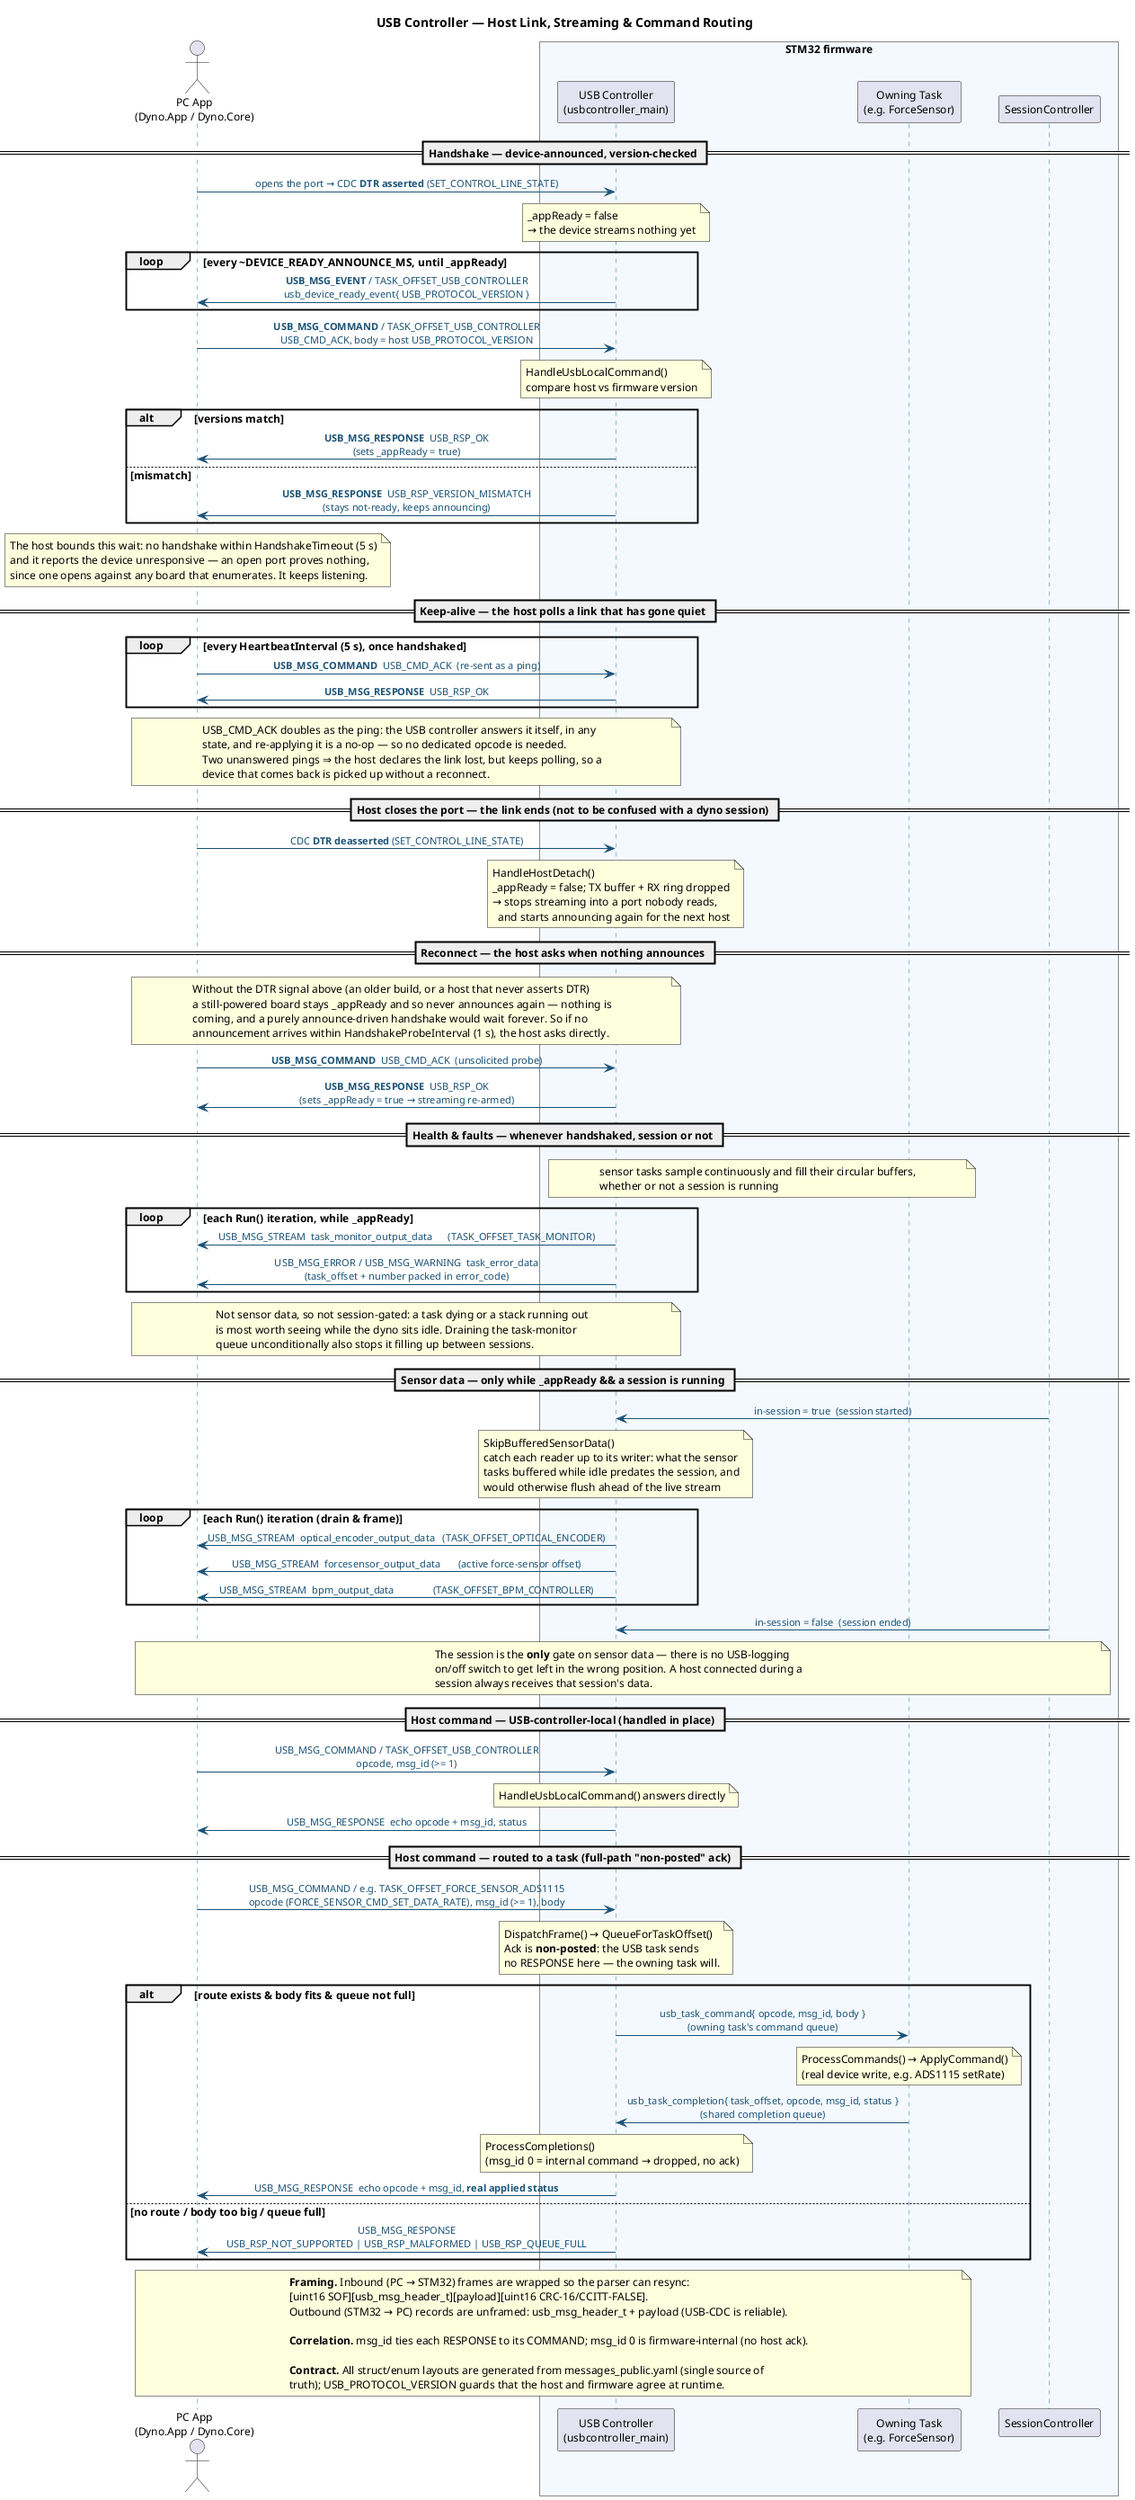
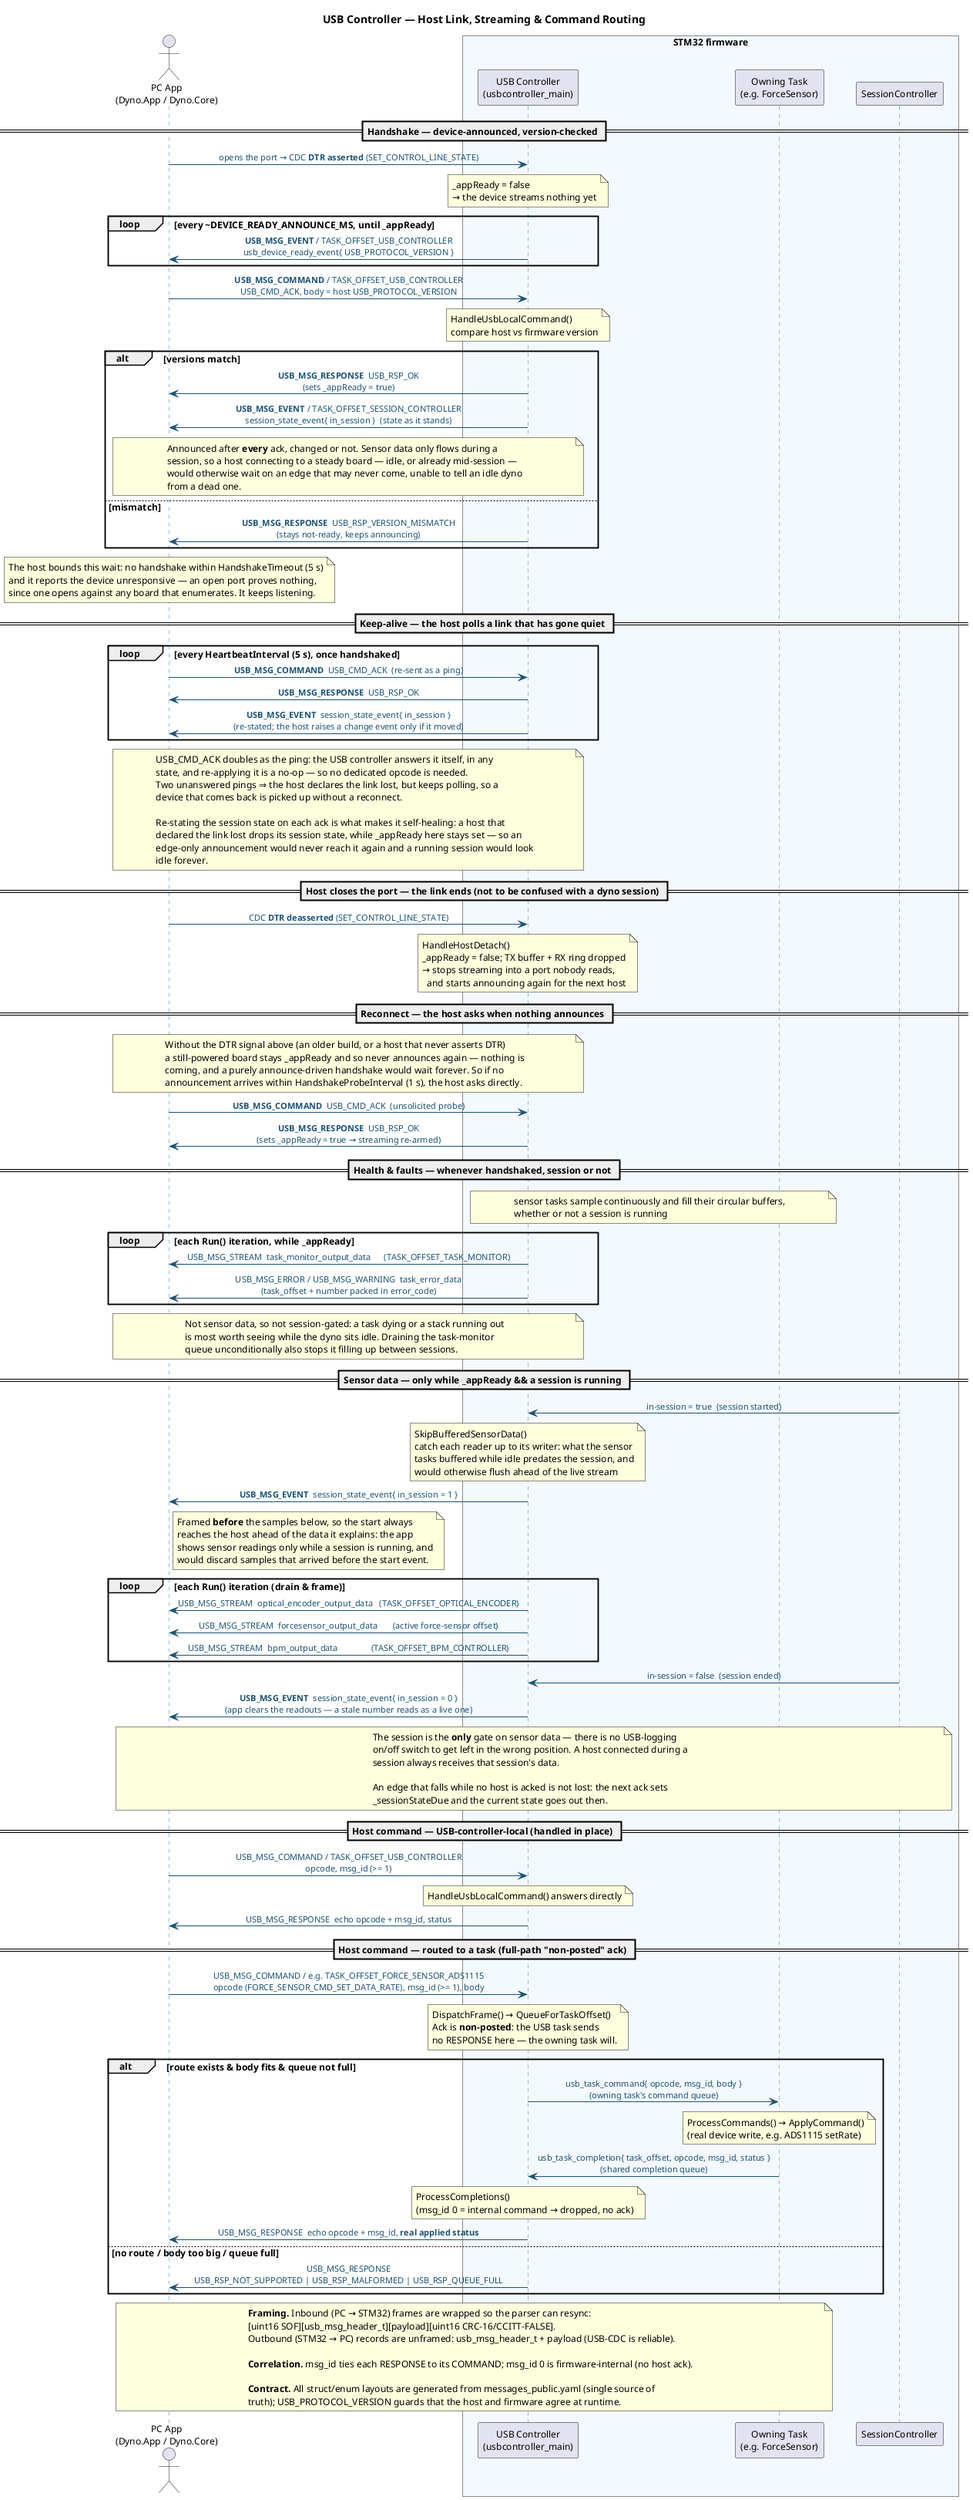
@startuml USB Message Flow

title USB Controller — Host Link, Streaming & Command Routing

skinparam defaultFontSize 12
skinparam shadowing false
skinparam sequenceMessageAlign center
skinparam ParticipantPadding 16
skinparam BoxPadding 12
skinparam sequence {
    LifeLineBorderColor #2C7BB6
    ArrowColor #1A5276
    ArrowFontColor #1A5276
    ArrowFontSize 11
}

actor "PC App\n(Dyno.App / Dyno.Core)" as App
box "STM32 firmware" #F4F9FF
participant "USB Controller\n(usbcontroller_main)" as USB
participant "Owning Task\n(e.g. ForceSensor)" as Task
participant "SessionController" as Session
end box

== Handshake — device-announced, version-checked ==

App -> USB : opens the port → CDC **DTR asserted** (SET_CONTROL_LINE_STATE)
note over USB
  _appReady = false
  → the device streams nothing yet
end note

loop every ~DEVICE_READY_ANNOUNCE_MS, until _appReady
    USB -> App : **USB_MSG_EVENT** / TASK_OFFSET_USB_CONTROLLER\nusb_device_ready_event{ USB_PROTOCOL_VERSION }
end

App -> USB : **USB_MSG_COMMAND** / TASK_OFFSET_USB_CONTROLLER\nUSB_CMD_ACK, body = host USB_PROTOCOL_VERSION
note over USB : HandleUsbLocalCommand()\ncompare host vs firmware version

alt versions match
    USB -> App : **USB_MSG_RESPONSE**  USB_RSP_OK\n(sets _appReady = true)
+     USB -> App : **USB_MSG_EVENT** / TASK_OFFSET_SESSION_CONTROLLER\nsession_state_event{ in_session }  (state as it stands)
+     note over App, USB
+       Announced after **every** ack, changed or not. Sensor data only flows during a
+       session, so a host connecting to a steady board — idle, or already mid-session —
+       would otherwise wait on an edge that may never come, unable to tell an idle dyno
+       from a dead one.
+     end note
else mismatch
    USB -> App : **USB_MSG_RESPONSE**  USB_RSP_VERSION_MISMATCH\n(stays not-ready, keeps announcing)
end

note over App
  The host bounds this wait: no handshake within HandshakeTimeout (5 s)
  and it reports the device unresponsive — an open port proves nothing,
  since one opens against any board that enumerates. It keeps listening.
end note

== Keep-alive — the host polls a link that has gone quiet ==

loop every HeartbeatInterval (5 s), once handshaked
    App -> USB : **USB_MSG_COMMAND**  USB_CMD_ACK  (re-sent as a ping)
    USB -> App : **USB_MSG_RESPONSE**  USB_RSP_OK
+     USB -> App : **USB_MSG_EVENT**  session_state_event{ in_session }\n(re-stated; the host raises a change event only if it moved)
end
note over App, USB
  USB_CMD_ACK doubles as the ping: the USB controller answers it itself, in any
  state, and re-applying it is a no-op — so no dedicated opcode is needed.
  Two unanswered pings ⇒ the host declares the link lost, but keeps polling, so a
  device that comes back is picked up without a reconnect.
+ 
+   Re-stating the session state on each ack is what makes it self-healing: a host that
+   declared the link lost drops its session state, while _appReady here stays set — so an
+   edge-only announcement would never reach it again and a running session would look
+   idle forever.
end note

== Host closes the port — the link ends (not to be confused with a dyno session) ==

App -> USB : CDC **DTR deasserted** (SET_CONTROL_LINE_STATE)
note over USB
  HandleHostDetach()
  _appReady = false; TX buffer + RX ring dropped
  → stops streaming into a port nobody reads,
    and starts announcing again for the next host
end note

== Reconnect — the host asks when nothing announces ==

note over App, USB
  Without the DTR signal above (an older build, or a host that never asserts DTR)
  a still-powered board stays _appReady and so never announces again — nothing is
  coming, and a purely announce-driven handshake would wait forever. So if no
  announcement arrives within HandshakeProbeInterval (1 s), the host asks directly.
end note

App -> USB : **USB_MSG_COMMAND**  USB_CMD_ACK  (unsolicited probe)
USB -> App : **USB_MSG_RESPONSE**  USB_RSP_OK\n(sets _appReady = true → streaming re-armed)

== Health & faults — whenever handshaked, session or not ==

note over USB, Task : sensor tasks sample continuously and fill their circular buffers,\nwhether or not a session is running

loop each Run() iteration, while _appReady
    USB -> App : USB_MSG_STREAM  task_monitor_output_data      (TASK_OFFSET_TASK_MONITOR)
    USB -> App : USB_MSG_ERROR / USB_MSG_WARNING  task_error_data\n(task_offset + number packed in error_code)
end
note over App, USB
  Not sensor data, so not session-gated: a task dying or a stack running out
  is most worth seeing while the dyno sits idle. Draining the task-monitor
  queue unconditionally also stops it filling up between sessions.
end note

== Sensor data — only while _appReady && a session is running ==

Session -> USB : in-session = true  (session started)
note over USB
  SkipBufferedSensorData()
  catch each reader up to its writer: what the sensor
  tasks buffered while idle predates the session, and
  would otherwise flush ahead of the live stream
end note

+ USB -> App : **USB_MSG_EVENT**  session_state_event{ in_session = 1 }
+ note right of App
+   Framed **before** the samples below, so the start always
+   reaches the host ahead of the data it explains: the app
+   shows sensor readings only while a session is running, and
+   would discard samples that arrived before the start event.
+ end note
+ 
loop each Run() iteration (drain & frame)
    USB -> App : USB_MSG_STREAM  optical_encoder_output_data   (TASK_OFFSET_OPTICAL_ENCODER)
    USB -> App : USB_MSG_STREAM  forcesensor_output_data       (active force-sensor offset)
    USB -> App : USB_MSG_STREAM  bpm_output_data               (TASK_OFFSET_BPM_CONTROLLER)
end

Session -> USB : in-session = false  (session ended)
+ USB -> App : **USB_MSG_EVENT**  session_state_event{ in_session = 0 }\n(app clears the readouts — a stale number reads as a live one)
note over App, Session
  The session is the **only** gate on sensor data — there is no USB-logging
  on/off switch to get left in the wrong position. A host connected during a
  session always receives that session's data.
+ 
+   An edge that falls while no host is acked is not lost: the next ack sets
+   _sessionStateDue and the current state goes out then.
end note

== Host command — USB-controller-local (handled in place) ==

App -> USB : USB_MSG_COMMAND / TASK_OFFSET_USB_CONTROLLER\nopcode, msg_id (>= 1)
note over USB : HandleUsbLocalCommand() answers directly
USB -> App : USB_MSG_RESPONSE  echo opcode + msg_id, status

== Host command — routed to a task (full-path "non-posted" ack) ==

App -> USB : USB_MSG_COMMAND / e.g. TASK_OFFSET_FORCE_SENSOR_ADS1115\nopcode (FORCE_SENSOR_CMD_SET_DATA_RATE), msg_id (>= 1), body
note over USB
  DispatchFrame() → QueueForTaskOffset()
  Ack is **non-posted**: the USB task sends
  no RESPONSE here — the owning task will.
end note

alt route exists & body fits & queue not full
    USB -> Task : usb_task_command{ opcode, msg_id, body }\n(owning task's command queue)
    note over Task : ProcessCommands() → ApplyCommand()\n(real device write, e.g. ADS1115 setRate)
    Task -> USB : usb_task_completion{ task_offset, opcode, msg_id, status }\n(shared completion queue)
    note over USB : ProcessCompletions()\n(msg_id 0 = internal command → dropped, no ack)
    USB -> App : USB_MSG_RESPONSE  echo opcode + msg_id, **real applied status**
else no route / body too big / queue full
    USB -> App : USB_MSG_RESPONSE\nUSB_RSP_NOT_SUPPORTED | USB_RSP_MALFORMED | USB_RSP_QUEUE_FULL
end

note over App, Task
  **Framing.** Inbound (PC → STM32) frames are wrapped so the parser can resync:
  [uint16 SOF][usb_msg_header_t][payload][uint16 CRC-16/CCITT-FALSE].
  Outbound (STM32 → PC) records are unframed: usb_msg_header_t + payload (USB-CDC is reliable).

  **Correlation.** msg_id ties each RESPONSE to its COMMAND; msg_id 0 is firmware-internal (no host ack).

  **Contract.** All struct/enum layouts are generated from messages_public.yaml (single source of
  truth); USB_PROTOCOL_VERSION guards that the host and firmware agree at runtime.
end note

@enduml
